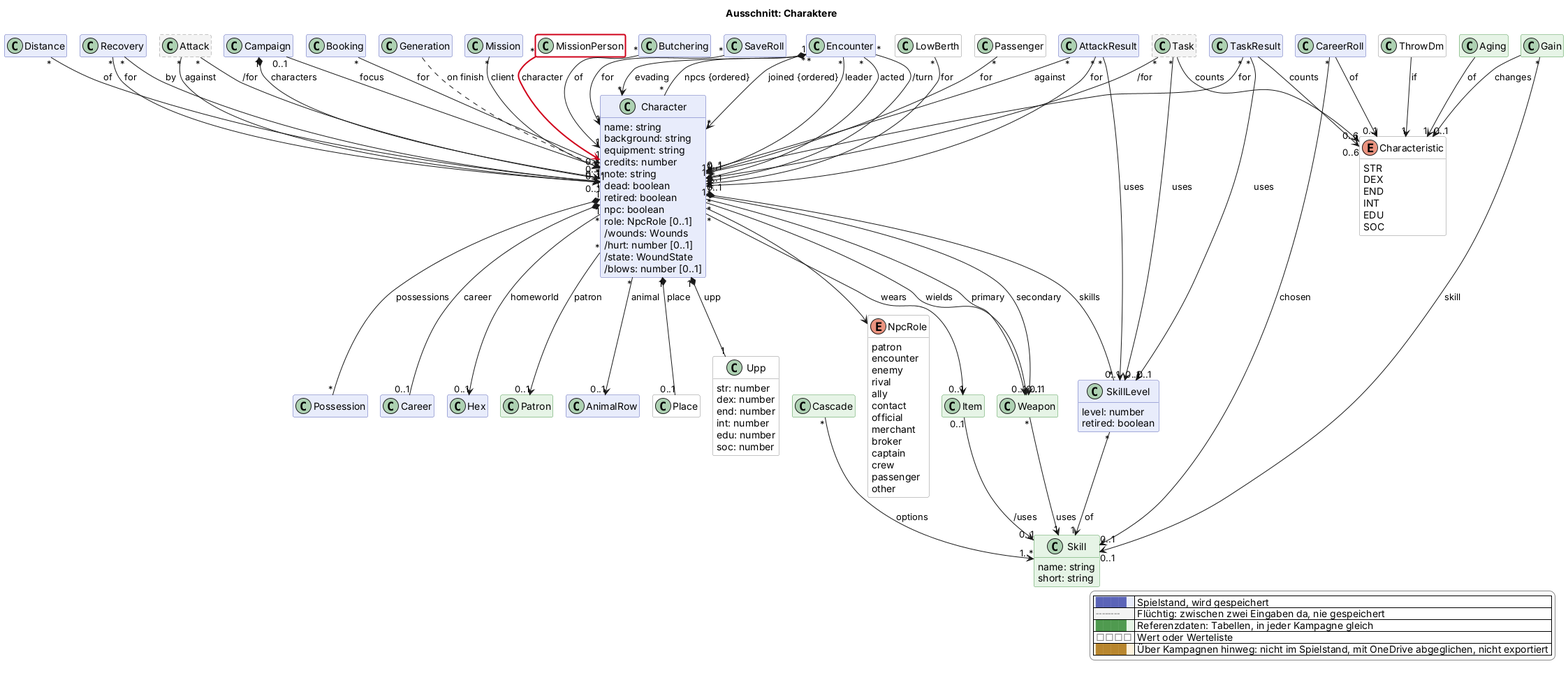
The PlantUML diagram docs/views/charakter.png in scuzzar/SRE, before a commit.
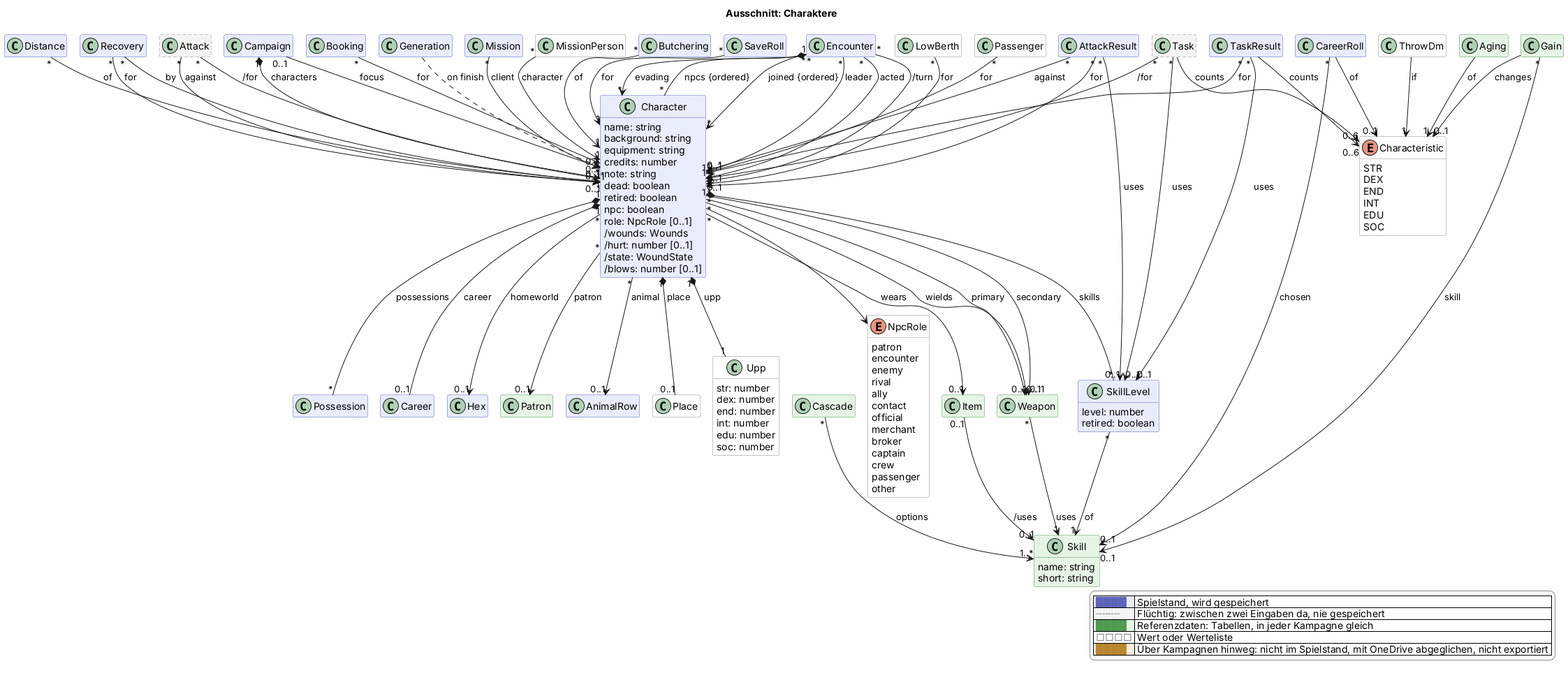
The same file after the commit.

What changed in the source:
```diff
@@ -123,7 +123,7 @@
   class Hex $sektor
 
   class Mission $mission
-  class MissionPerson <<value>> $mission $newClass("2026-11-18b")
+  class MissionPerson <<value>> $mission
 
   class Butchering $begegnung
   class SaveRoll $begegnung
@@ -175,7 +175,7 @@
 Character "1" *-- "0..1" Place : place
 Character "*" --> "0..1" Patron : patron
 Mission "*" --> "0..1" Character : client
-MissionPerson "*" -$newArrow("2026-11-18b")-> "1" Character : character
+MissionPerson "*" --> "1" Character : character
 Character --> NpcRole
 CareerRoll --> "0..1" Characteristic : of
 CareerRoll "*" --> "0..1" Skill : chosen
```
